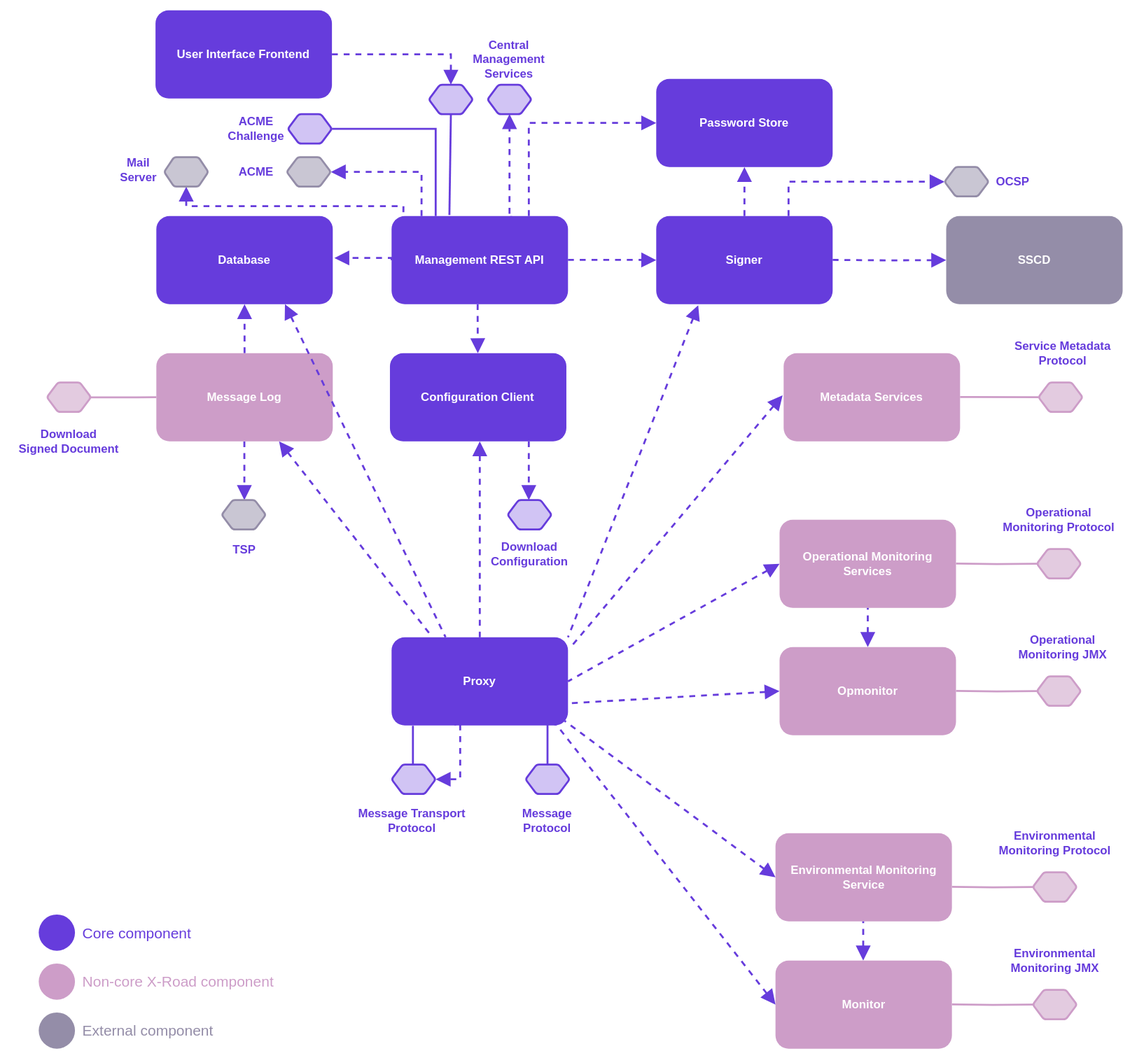
Above: doc/Architecture/img/arc-ss_security_server_component_diagram.svg in nordic-institute/X-Road (draw.io), before the change. Source tidied: cells renumbered, new cells last; positions are measured from the earlier drawing's top-left corner, leaving out a move shared by most shapes.
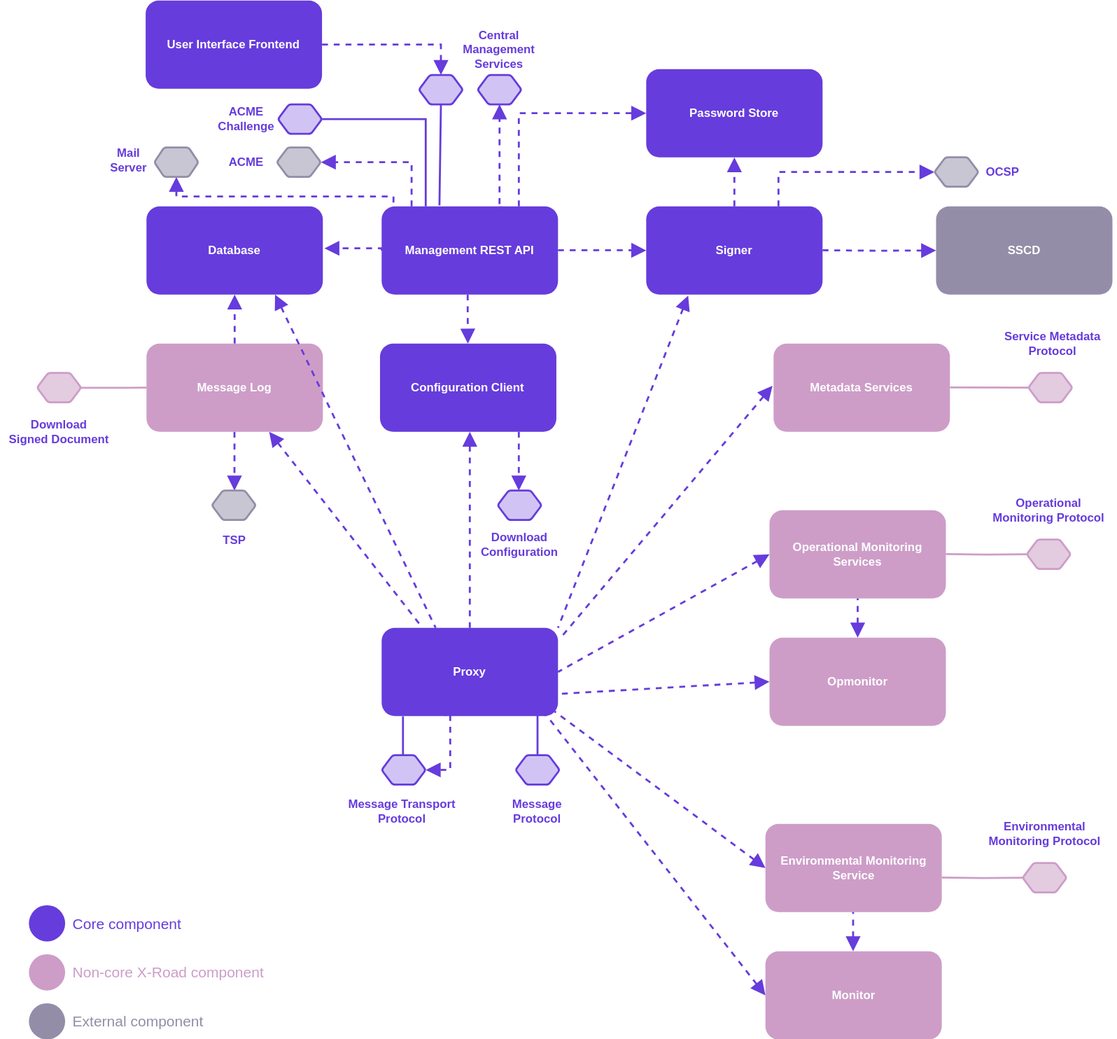
The same file after the commit.

Diff of the diagram source:
```diff
@@ -174,9 +174,6 @@
     <mxCell id="28" value="Download&lt;br&gt;Configuration" style="text;html=1;strokeColor=none;fillColor=none;align=center;verticalAlign=middle;whiteSpace=wrap;rounded=0;fontColor=#663CDC;fontStyle=1;" parent="1" vertex="1">
       <mxGeometry x="464.8" y="545" width="130" height="20" as="geometry" />
     </mxCell>
-    <mxCell id="29" value="Operational&lt;br&gt;Monitoring JMX" style="text;html=1;strokeColor=none;fillColor=none;align=center;verticalAlign=middle;whiteSpace=wrap;rounded=0;fontColor=#663CDC;fontStyle=1;" parent="1" vertex="1">
-      <mxGeometry x="1009" y="640" width="130" height="20" as="geometry" />
-    </mxCell>
     <mxCell id="30" value="Message&lt;br&gt;Protocol" style="text;html=1;strokeColor=none;fillColor=none;align=center;verticalAlign=middle;whiteSpace=wrap;rounded=0;fontColor=#663CDC;fontStyle=1;" parent="1" vertex="1">
       <mxGeometry x="483.2" y="817" width="130" height="20" as="geometry" />
     </mxCell>
@@ -297,31 +294,12 @@
     <mxCell id="65" value="&lt;font color=&quot;#948da8&quot;&gt;External component&lt;/font&gt;" style="text;html=1;align=left;verticalAlign=middle;fontSize=15;fontColor=#00C8E6;" parent="1" vertex="1">
       <mxGeometry x="72" y="1031.5" width="150" height="20" as="geometry" />
     </mxCell>
-    <mxCell id="66" style="edgeStyle=orthogonalEdgeStyle;rounded=0;jettySize=auto;html=1;strokeWidth=2;fontColor=#663CDC;endArrow=none;endFill=0;fontStyle=1;strokeColor=#CD9DC8;" parent="1" edge="1" target="67">
-      <mxGeometry relative="1" as="geometry">
-        <mxPoint x="964.8" y="694.8" as="sourcePoint" />
-      </mxGeometry>
-    </mxCell>
-    <mxCell id="67" style="shape=hexagon;perimeter=hexagonPerimeter2;whiteSpace=wrap;html=1;rounded=1;shadow=0;strokeWidth=2;fontSize=15;fontColor=#FFFFFF;arcSize=5;fillColor=#E3CBE0;strokeColor=#CD9DC8;" parent="1" vertex="1">
-      <mxGeometry x="1047.3" y="680" width="45" height="30" as="geometry" />
-    </mxCell>
     <mxCell id="68" value="&lt;b&gt;Opmonitor&lt;/b&gt;" style="rounded=1;whiteSpace=wrap;html=1;dashed=1;strokeColor=none;strokeWidth=2;fontColor=#FFFFFF;fillColor=#CD9DC8;" parent="1" vertex="1">
       <mxGeometry x="784.8" y="650" width="180" height="90" as="geometry" />
     </mxCell>
     <mxCell id="69" value="&lt;b&gt;Monitor&lt;/b&gt;" style="rounded=1;whiteSpace=wrap;html=1;dashed=1;strokeColor=none;strokeWidth=2;fontColor=#FFFFFF;fillColor=#CD9DC8;" parent="1" vertex="1">
       <mxGeometry x="780.7" y="970" width="180" height="90" as="geometry" />
     </mxCell>
-    <mxCell id="70" style="edgeStyle=orthogonalEdgeStyle;rounded=0;jettySize=auto;html=1;strokeWidth=2;fontColor=#663CDC;endArrow=none;endFill=0;fontStyle=1;strokeColor=#CD9DC8;" parent="1" edge="1" target="71">
-      <mxGeometry relative="1" as="geometry">
-        <mxPoint x="960.7" y="1014.8" as="sourcePoint" />
-      </mxGeometry>
-    </mxCell>
-    <mxCell id="71" style="shape=hexagon;perimeter=hexagonPerimeter2;whiteSpace=wrap;html=1;rounded=1;shadow=0;strokeWidth=2;fontSize=15;fontColor=#FFFFFF;arcSize=5;fillColor=#E3CBE0;strokeColor=#CD9DC8;" parent="1" vertex="1">
-      <mxGeometry x="1043.2" y="1000" width="45" height="30" as="geometry" />
-    </mxCell>
-    <mxCell id="72" value="Environmental&lt;br&gt;Monitoring JMX" style="text;html=1;strokeColor=none;fillColor=none;align=center;verticalAlign=middle;whiteSpace=wrap;rounded=0;fontColor=#663CDC;fontStyle=1;" parent="1" vertex="1">
-      <mxGeometry x="1000.7" y="960" width="130" height="20" as="geometry" />
-    </mxCell>
     <mxCell id="73" style="endArrow=none;html=1;strokeWidth=2;fontColor=#663CDC;entryX=0.981;entryY=0.948;entryDx=0;entryDy=0;entryPerimeter=0;exitX=0;exitY=0.5;exitDx=0;exitDy=0;endFill=0;endSize=10;startArrow=block;startFill=1;startSize=10;dashed=1;strokeColor=#663CDC;fontStyle=1;" parent="1" edge="1" source="37" target="48">
       <mxGeometry relative="1" as="geometry" />
     </mxCell>
```
